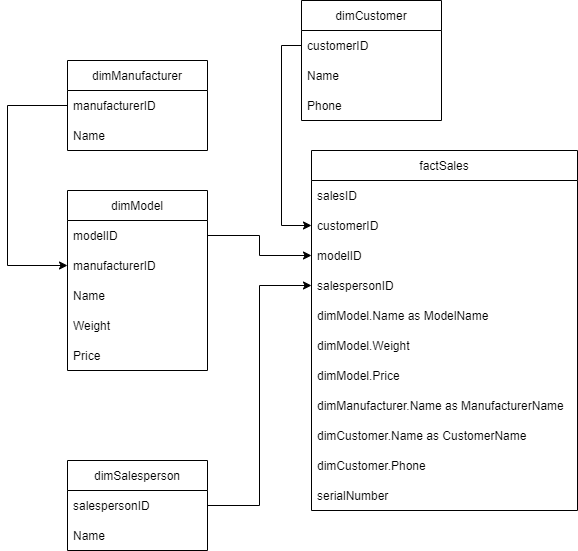
DrPBT/DSAID-Data-Engineering-Technical-Test keeps this draw.io diagram as Task_2Diagram.png. Above is the earlier version. Source tidied: cells renumbered, new cells last; positions are measured from the earlier drawing's top-left corner, leaving out a move shared by most shapes.
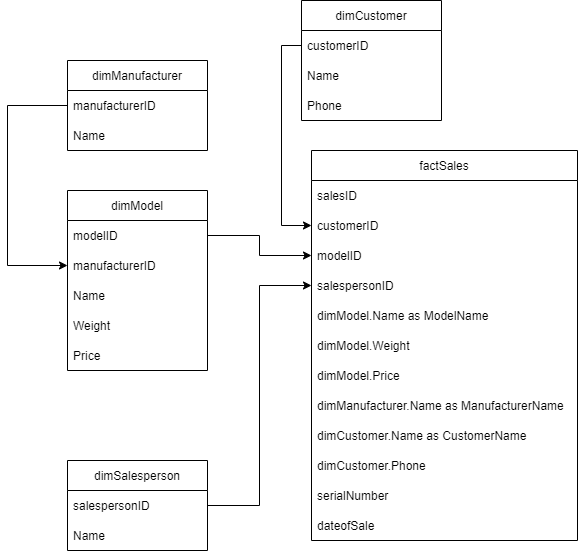
Above is the later version.

Diff of the diagram source:
```diff
@@ -12,7 +12,7 @@
       <mxGeometry y="60" width="140" height="30" as="geometry" />
     </mxCell>
     <mxCell id="5" value="factSales" style="swimlane;fontStyle=0;horizontal=1;startSize=30;" parent="1" vertex="1">
-      <mxGeometry x="304" y="150" width="266" height="360" as="geometry" />
+      <mxGeometry x="304" y="150" width="266" height="390" as="geometry" />
     </mxCell>
     <mxCell id="6" value="salesID" style="text;strokeColor=none;fillColor=none;align=left;verticalAlign=middle;spacingLeft=4;spacingRight=4;overflow=hidden;" parent="5" vertex="1">
       <mxGeometry y="30" width="266" height="30" as="geometry" />
@@ -47,6 +47,9 @@
     <mxCell id="16" value="serialNumber" style="text;strokeColor=none;fillColor=none;align=left;verticalAlign=middle;spacingLeft=4;spacingRight=4;overflow=hidden;" parent="5" vertex="1">
       <mxGeometry y="330" width="266" height="30" as="geometry" />
     </mxCell>
+    <mxCell id="34" value="dateofSale" style="text;strokeColor=none;fillColor=none;align=left;verticalAlign=middle;spacingLeft=4;spacingRight=4;overflow=hidden;" parent="5" vertex="1">
+      <mxGeometry y="360" width="266" height="30" as="geometry" />
+    </mxCell>
     <mxCell id="17" value="dimCustomer" style="swimlane;fontStyle=0;horizontal=1;startSize=30;" parent="1" vertex="1">
       <mxGeometry x="294" width="140" height="120" as="geometry" />
     </mxCell>
```
